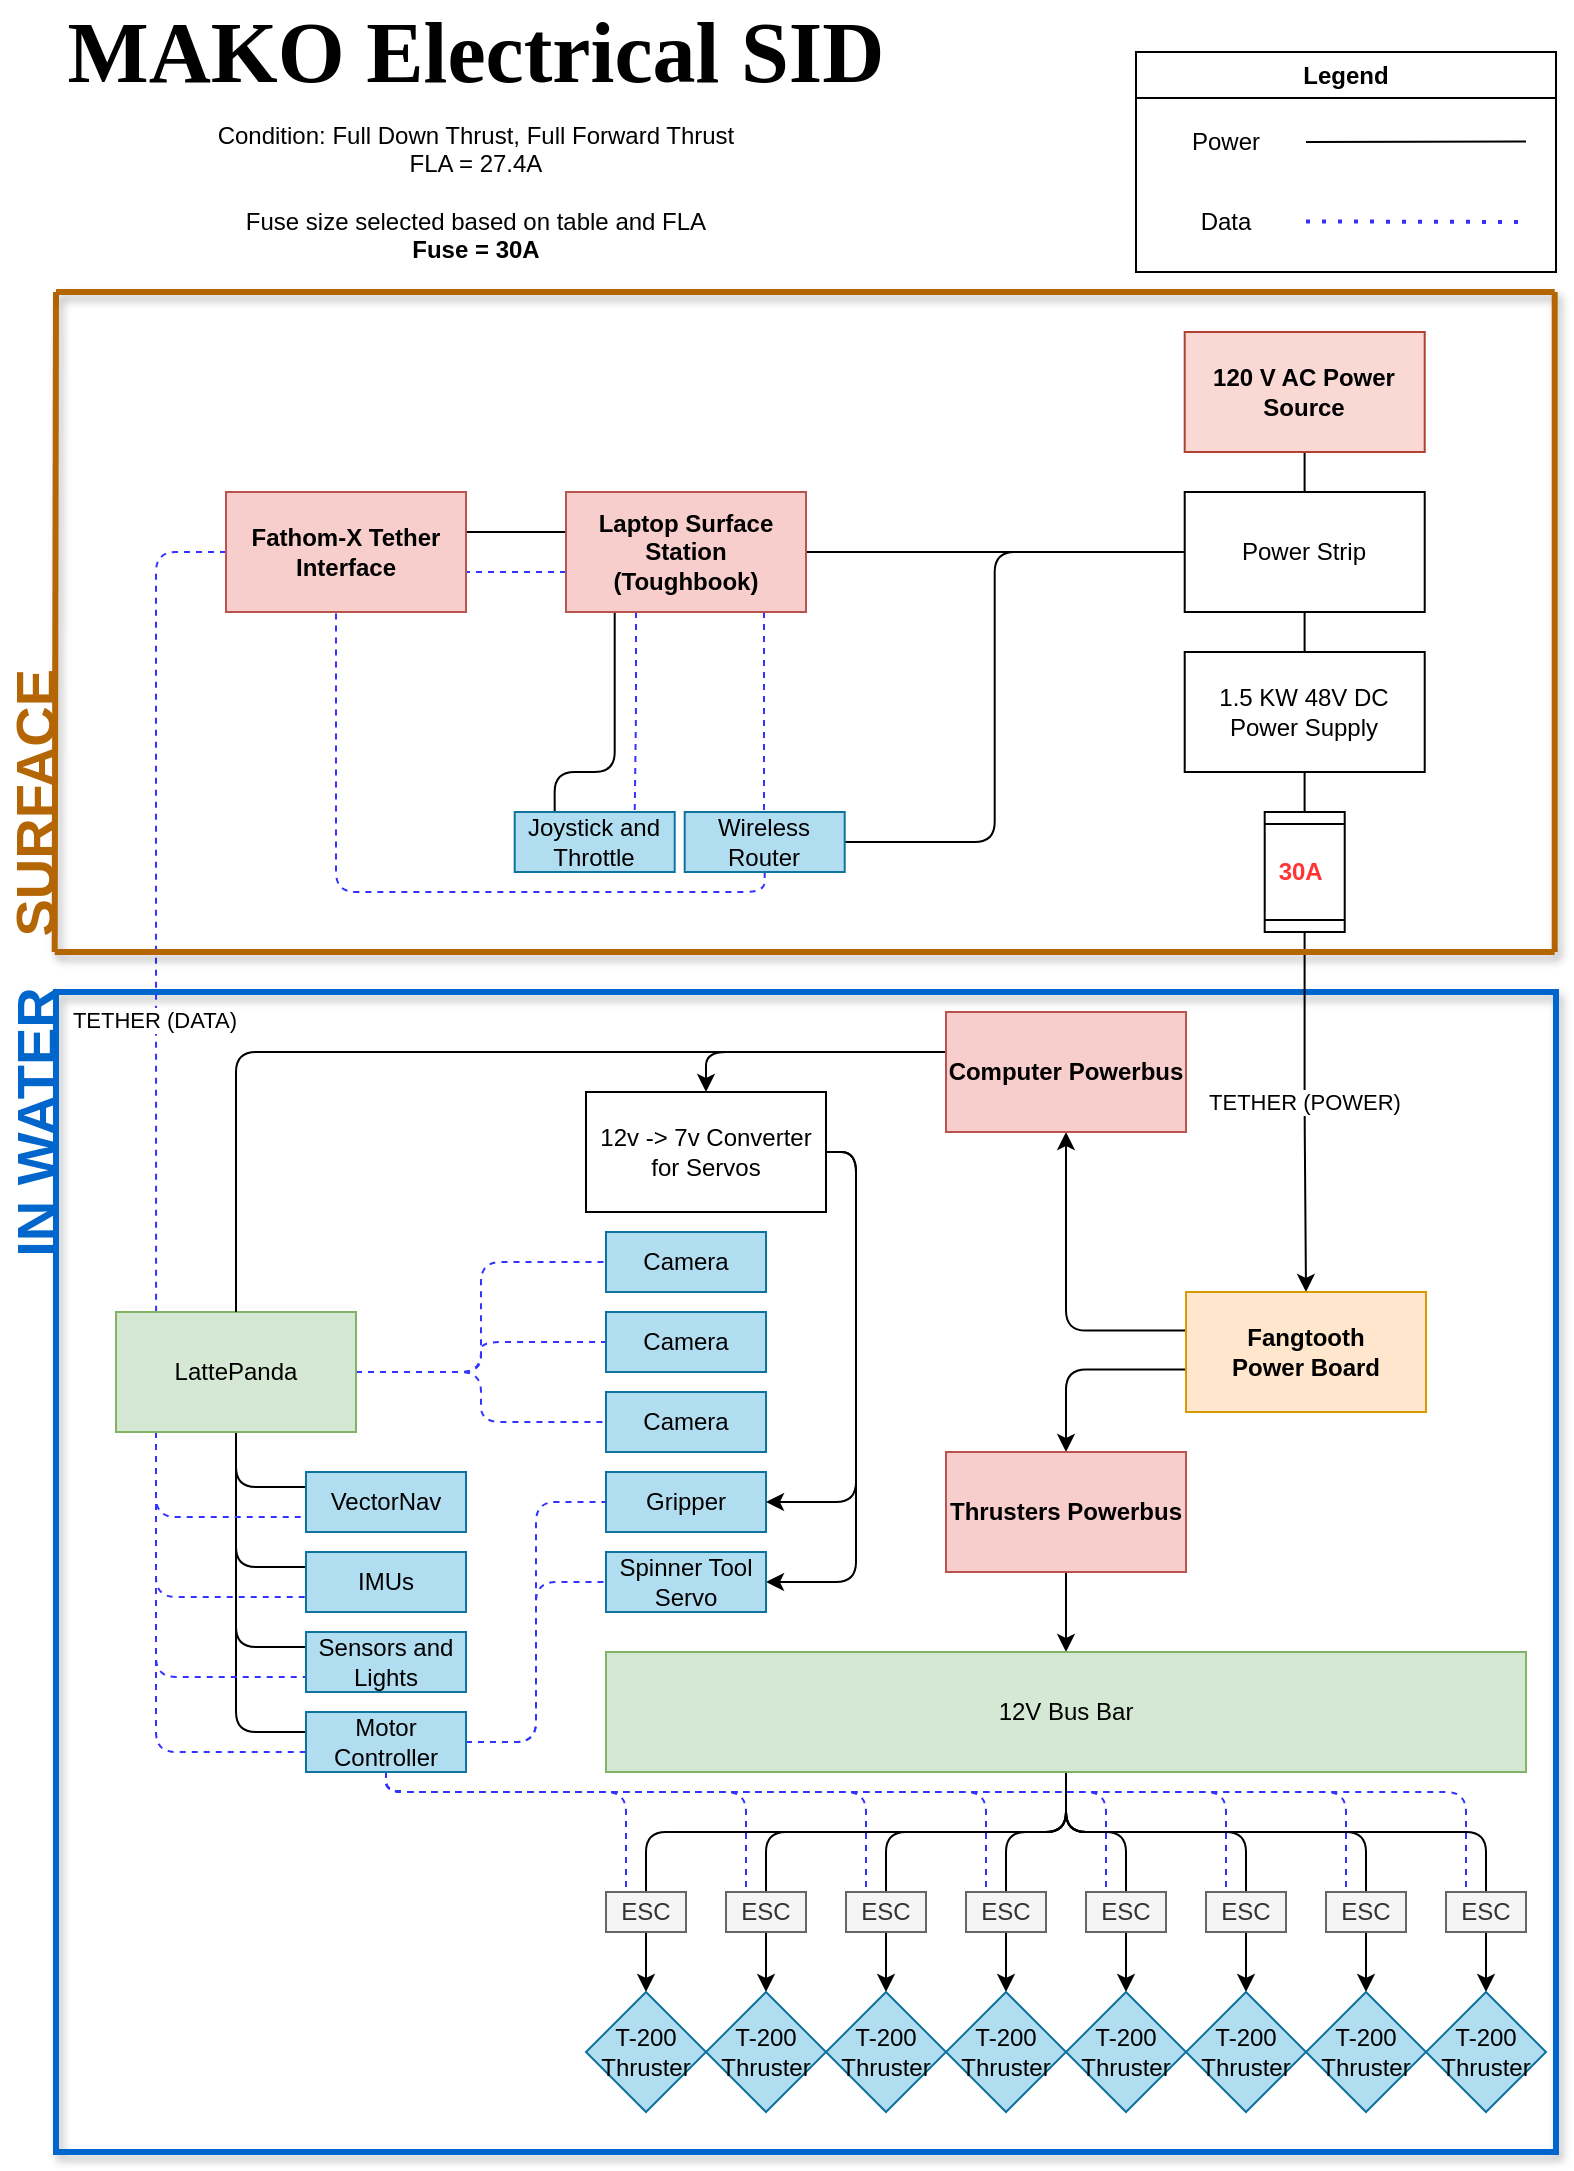
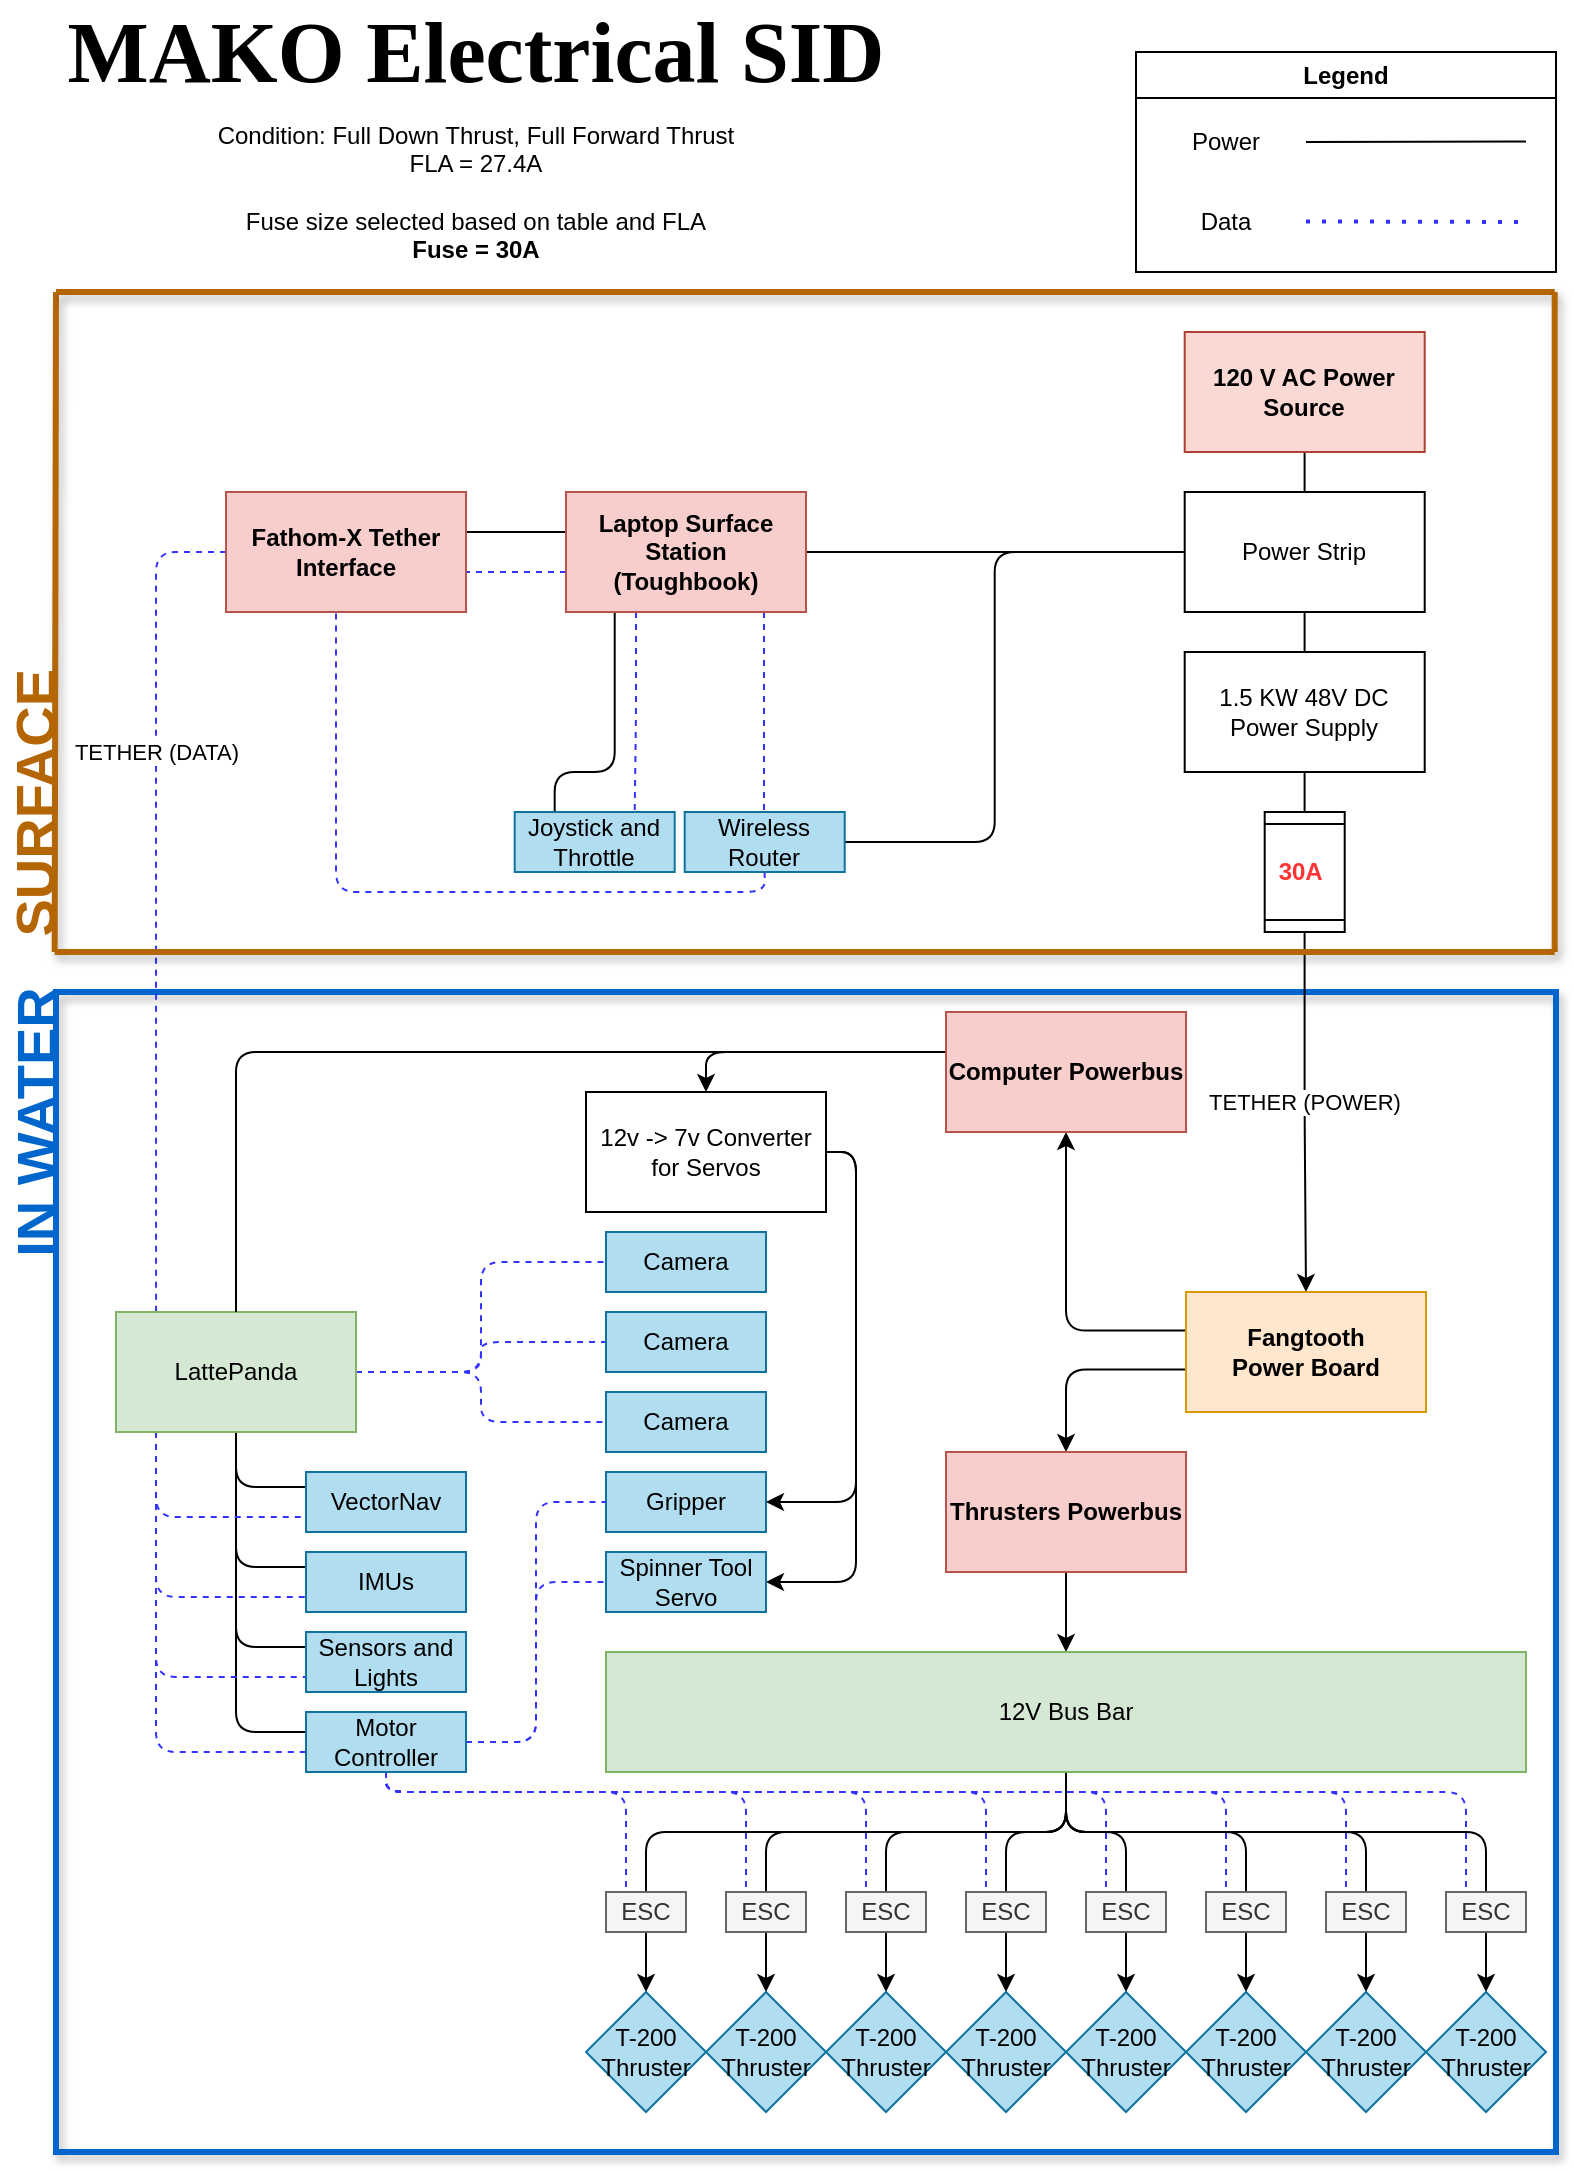
<mxfile host="app.diagrams.net" agent="Mozilla/5.0 (Windows NT 10.0; Win64; x64; rv:139.0) Gecko/20100101 Firefox/139.0">
  <diagram name="Page-1" id="doaNbLGYiiKzRFzNWdXi">
    <mxGraphModel dx="324" dy="681" grid="1" gridSize="10" guides="1" tooltips="1" connect="1" arrows="1" fold="1" page="1" pageScale="1" pageWidth="850" pageHeight="1100" math="0" shadow="0">
      <root>
        <mxCell id="0" />
        <mxCell id="1" parent="0" />
        <mxCell id="0vSBfI8_46AL9H7hPHAw-18" parent="1" style="rounded=0;whiteSpace=wrap;html=1;fillColor=none;strokeWidth=3;strokeColor=#0066CC;glass=0;shadow=1;" value="" vertex="1">
          <mxGeometry height="580" width="750" x="890" y="500" as="geometry" />
        </mxCell>
        <mxCell id="59XTsty1G1Yx93DkZX_j-1" parent="1" style="text;html=1;whiteSpace=wrap;strokeColor=none;fillColor=none;align=center;verticalAlign=middle;rounded=0;fontFamily=Times New Roman;fontStyle=1" value="&lt;font style=&quot;font-size: 43px;&quot;&gt;&lt;span&gt;MAKO Electrical SID&lt;/span&gt;&lt;/font&gt;" vertex="1">
          <mxGeometry height="40" width="420" x="890" y="10" as="geometry" />
        </mxCell>
        <mxCell id="59XTsty1G1Yx93DkZX_j-24" edge="1" parent="1" style="edgeStyle=orthogonalEdgeStyle;rounded=0;orthogonalLoop=1;jettySize=auto;html=1;exitX=0.5;exitY=1;exitDx=0;exitDy=0;">
          <mxGeometry relative="1" as="geometry">
            <mxPoint x="1435" y="910" as="sourcePoint" />
            <mxPoint x="1435" y="910" as="targetPoint" />
          </mxGeometry>
        </mxCell>
        <mxCell id="59XTsty1G1Yx93DkZX_j-45" parent="1" style="swimlane;whiteSpace=wrap;html=1;" value="Legend" vertex="1">
          <mxGeometry height="110" width="210" x="1430" y="30" as="geometry" />
        </mxCell>
        <mxCell id="59XTsty1G1Yx93DkZX_j-46" parent="59XTsty1G1Yx93DkZX_j-45" style="text;html=1;whiteSpace=wrap;strokeColor=none;fillColor=none;align=center;verticalAlign=middle;rounded=0;" value="Power" vertex="1">
          <mxGeometry height="30" width="60" x="15" y="30" as="geometry" />
        </mxCell>
        <mxCell id="59XTsty1G1Yx93DkZX_j-47" parent="59XTsty1G1Yx93DkZX_j-45" style="text;html=1;whiteSpace=wrap;strokeColor=none;fillColor=none;align=center;verticalAlign=middle;rounded=0;" value="Data" vertex="1">
          <mxGeometry height="30" width="60" x="15" y="70" as="geometry" />
        </mxCell>
        <mxCell id="59XTsty1G1Yx93DkZX_j-53" edge="1" parent="59XTsty1G1Yx93DkZX_j-45" style="endArrow=none;dashed=1;html=1;dashPattern=1 3;strokeWidth=2;strokeColor=#3333FF;" value="">
          <mxGeometry height="50" relative="1" width="50" as="geometry">
            <mxPoint x="85" y="84.72" as="sourcePoint" />
            <mxPoint x="195" y="85" as="targetPoint" />
          </mxGeometry>
        </mxCell>
        <mxCell id="59XTsty1G1Yx93DkZX_j-54" edge="1" parent="59XTsty1G1Yx93DkZX_j-45" style="endArrow=none;html=1;strokeColor=#000000;" value="">
          <mxGeometry height="50" relative="1" width="50" as="geometry">
            <mxPoint x="85" y="45.06" as="sourcePoint" />
            <mxPoint x="195" y="44.78" as="targetPoint" />
          </mxGeometry>
        </mxCell>
        <mxCell id="59XTsty1G1Yx93DkZX_j-216" edge="1" parent="1" source="59XTsty1G1Yx93DkZX_j-57" style="edgeStyle=orthogonalEdgeStyle;orthogonalLoop=1;jettySize=auto;html=1;endArrow=none;endFill=0;" target="59XTsty1G1Yx93DkZX_j-208" value="">
          <mxGeometry relative="1" as="geometry" />
        </mxCell>
        <mxCell id="59XTsty1G1Yx93DkZX_j-57" parent="1" style="rounded=0;whiteSpace=wrap;html=1;fillColor=#fad9d5;strokeColor=#ae4132;fontStyle=1" value="120 V AC Power Source" vertex="1">
          <mxGeometry height="60" width="120" x="1454.35" y="170" as="geometry" />
        </mxCell>
        <mxCell id="59XTsty1G1Yx93DkZX_j-71" edge="1" parent="1" source="59XTsty1G1Yx93DkZX_j-66" style="edgeStyle=orthogonalEdgeStyle;orthogonalLoop=1;jettySize=auto;html=1;endArrow=none;endFill=0;" target="59XTsty1G1Yx93DkZX_j-70" value="">
          <mxGeometry relative="1" as="geometry" />
        </mxCell>
        <mxCell id="59XTsty1G1Yx93DkZX_j-66" parent="1" style="rounded=0;whiteSpace=wrap;html=1;" value="&lt;div&gt;1.5 KW 48V DC Power Supply&lt;/div&gt;" vertex="1">
          <mxGeometry height="60" width="120" x="1454.35" y="330" as="geometry" />
        </mxCell>
        <mxCell id="59XTsty1G1Yx93DkZX_j-81" edge="1" parent="1" source="59XTsty1G1Yx93DkZX_j-70" style="edgeStyle=orthogonalEdgeStyle;orthogonalLoop=1;jettySize=auto;html=1;entryX=0.5;entryY=0;entryDx=0;entryDy=0;" target="59XTsty1G1Yx93DkZX_j-101" value="">
          <mxGeometry relative="1" as="geometry">
            <mxPoint x="1515" y="470" as="targetPoint" />
          </mxGeometry>
        </mxCell>
        <mxCell id="59XTsty1G1Yx93DkZX_j-99" connectable="0" parent="59XTsty1G1Yx93DkZX_j-81" style="edgeLabel;html=1;align=center;verticalAlign=middle;resizable=0;points=[];" value="TETHER (POWER)" vertex="1">
          <mxGeometry relative="1" x="-0.062" y="-1" as="geometry">
            <mxPoint as="offset" />
          </mxGeometry>
        </mxCell>
        <mxCell id="59XTsty1G1Yx93DkZX_j-70" parent="1" style="shape=process;whiteSpace=wrap;html=1;backgroundOutline=1;rounded=0;direction=south;" value="&lt;div&gt;&lt;b style=&quot;color: rgb(255, 53, 53);&quot;&gt;30A&amp;nbsp;&lt;/b&gt;&lt;/div&gt;" vertex="1">
          <mxGeometry height="60" width="40" x="1494.35" y="410" as="geometry" />
        </mxCell>
        <mxCell id="59XTsty1G1Yx93DkZX_j-83" parent="1" style="text;html=1;whiteSpace=wrap;strokeColor=none;fillColor=none;align=center;verticalAlign=middle;rounded=0;" value="&lt;div&gt;Condition: Full Down Thrust, Full Forward Thrust&lt;/div&gt;&lt;div&gt;FLA = 27.4A&lt;/div&gt;&lt;div&gt;&lt;br&gt;&lt;/div&gt;&lt;div&gt;Fuse size selected based on table and FLA&lt;/div&gt;&lt;div&gt;&lt;b&gt;Fuse = 30A&lt;/b&gt;&lt;/div&gt;" vertex="1">
          <mxGeometry height="80" width="410" x="894.9999999999999" y="60" as="geometry" />
        </mxCell>
        <mxCell id="59XTsty1G1Yx93DkZX_j-205" edge="1" parent="1" source="59XTsty1G1Yx93DkZX_j-101" style="edgeStyle=orthogonalEdgeStyle;orthogonalLoop=1;jettySize=auto;html=1;entryX=0.5;entryY=1;entryDx=0;entryDy=0;exitX=-0.004;exitY=0.321;exitDx=0;exitDy=0;exitPerimeter=0;" target="59XTsty1G1Yx93DkZX_j-180">
          <mxGeometry relative="1" as="geometry" />
        </mxCell>
        <mxCell id="59XTsty1G1Yx93DkZX_j-206" edge="1" parent="1" source="59XTsty1G1Yx93DkZX_j-101" style="edgeStyle=orthogonalEdgeStyle;orthogonalLoop=1;jettySize=auto;html=1;exitX=0.001;exitY=0.645;exitDx=0;exitDy=0;exitPerimeter=0;" target="59XTsty1G1Yx93DkZX_j-102">
          <mxGeometry relative="1" as="geometry" />
        </mxCell>
        <mxCell id="59XTsty1G1Yx93DkZX_j-101" parent="1" style="rounded=0;whiteSpace=wrap;html=1;fillColor=#ffe6cc;strokeColor=#d79b00;fontStyle=1" value="&lt;div&gt;Fangtooth&lt;/div&gt;&lt;div&gt;Power Board&lt;/div&gt;" vertex="1">
          <mxGeometry height="60" width="120" x="1455" y="650" as="geometry" />
        </mxCell>
        <mxCell id="59XTsty1G1Yx93DkZX_j-113" edge="1" parent="1" source="59XTsty1G1Yx93DkZX_j-102" style="edgeStyle=orthogonalEdgeStyle;orthogonalLoop=1;jettySize=auto;html=1;entryX=0.5;entryY=0;entryDx=0;entryDy=0;" target="59XTsty1G1Yx93DkZX_j-108">
          <mxGeometry relative="1" as="geometry" />
        </mxCell>
        <mxCell id="59XTsty1G1Yx93DkZX_j-102" parent="1" style="rounded=0;whiteSpace=wrap;html=1;fillColor=#f8cecc;strokeColor=#b85450;fontStyle=1" value="Thrusters Powerbus" vertex="1">
          <mxGeometry height="60" width="120" x="1335" y="730" as="geometry" />
        </mxCell>
        <mxCell id="59XTsty1G1Yx93DkZX_j-135" edge="1" parent="1" source="59XTsty1G1Yx93DkZX_j-108" style="edgeStyle=orthogonalEdgeStyle;orthogonalLoop=1;jettySize=auto;html=1;entryX=0.5;entryY=0;entryDx=0;entryDy=0;endArrow=none;endFill=0;" target="59XTsty1G1Yx93DkZX_j-116">
          <mxGeometry relative="1" as="geometry" />
        </mxCell>
        <mxCell id="59XTsty1G1Yx93DkZX_j-137" edge="1" parent="1" source="59XTsty1G1Yx93DkZX_j-108" style="edgeStyle=orthogonalEdgeStyle;orthogonalLoop=1;jettySize=auto;html=1;entryX=0.5;entryY=0;entryDx=0;entryDy=0;endArrow=none;endFill=0;" target="59XTsty1G1Yx93DkZX_j-120">
          <mxGeometry relative="1" as="geometry" />
        </mxCell>
        <mxCell id="59XTsty1G1Yx93DkZX_j-138" edge="1" parent="1" source="59XTsty1G1Yx93DkZX_j-108" style="edgeStyle=orthogonalEdgeStyle;orthogonalLoop=1;jettySize=auto;html=1;entryX=0.5;entryY=0;entryDx=0;entryDy=0;endArrow=none;endFill=0;" target="59XTsty1G1Yx93DkZX_j-117">
          <mxGeometry relative="1" as="geometry" />
        </mxCell>
        <mxCell id="59XTsty1G1Yx93DkZX_j-139" edge="1" parent="1" source="59XTsty1G1Yx93DkZX_j-108" style="edgeStyle=orthogonalEdgeStyle;orthogonalLoop=1;jettySize=auto;html=1;entryX=0.5;entryY=0;entryDx=0;entryDy=0;endArrow=none;endFill=0;" target="59XTsty1G1Yx93DkZX_j-118">
          <mxGeometry relative="1" as="geometry" />
        </mxCell>
        <mxCell id="59XTsty1G1Yx93DkZX_j-140" edge="1" parent="1" source="59XTsty1G1Yx93DkZX_j-108" style="edgeStyle=orthogonalEdgeStyle;orthogonalLoop=1;jettySize=auto;html=1;entryX=0.5;entryY=0;entryDx=0;entryDy=0;endArrow=none;endFill=0;" target="59XTsty1G1Yx93DkZX_j-121">
          <mxGeometry relative="1" as="geometry" />
        </mxCell>
        <mxCell id="59XTsty1G1Yx93DkZX_j-141" edge="1" parent="1" source="59XTsty1G1Yx93DkZX_j-108" style="edgeStyle=orthogonalEdgeStyle;orthogonalLoop=1;jettySize=auto;html=1;entryX=0.5;entryY=0;entryDx=0;entryDy=0;endArrow=none;endFill=0;" target="59XTsty1G1Yx93DkZX_j-122">
          <mxGeometry relative="1" as="geometry" />
        </mxCell>
        <mxCell id="59XTsty1G1Yx93DkZX_j-142" edge="1" parent="1" source="59XTsty1G1Yx93DkZX_j-108" style="edgeStyle=orthogonalEdgeStyle;orthogonalLoop=1;jettySize=auto;html=1;entryX=0.5;entryY=0;entryDx=0;entryDy=0;endArrow=none;endFill=0;" target="59XTsty1G1Yx93DkZX_j-123">
          <mxGeometry relative="1" as="geometry" />
        </mxCell>
        <mxCell id="59XTsty1G1Yx93DkZX_j-143" edge="1" parent="1" source="59XTsty1G1Yx93DkZX_j-108" style="edgeStyle=orthogonalEdgeStyle;orthogonalLoop=1;jettySize=auto;html=1;endArrow=none;endFill=0;" target="59XTsty1G1Yx93DkZX_j-124">
          <mxGeometry relative="1" as="geometry" />
        </mxCell>
        <mxCell id="59XTsty1G1Yx93DkZX_j-108" parent="1" style="rounded=0;whiteSpace=wrap;html=1;fillColor=#d5e8d4;strokeColor=#82b366;fontStyle=0" value="&lt;span&gt;12V Bus Bar&lt;/span&gt;" vertex="1">
          <mxGeometry height="60" width="460" x="1165" y="830" as="geometry" />
        </mxCell>
        <mxCell id="59XTsty1G1Yx93DkZX_j-158" edge="1" parent="1" source="59XTsty1G1Yx93DkZX_j-111" style="edgeStyle=orthogonalEdgeStyle;orthogonalLoop=1;jettySize=auto;html=1;entryX=0;entryY=0.5;entryDx=0;entryDy=0;dashed=1;strokeColor=#3333FF;endArrow=none;endFill=0;" target="59XTsty1G1Yx93DkZX_j-154">
          <mxGeometry relative="1" as="geometry" />
        </mxCell>
        <mxCell id="59XTsty1G1Yx93DkZX_j-159" edge="1" parent="1" source="59XTsty1G1Yx93DkZX_j-111" style="edgeStyle=orthogonalEdgeStyle;orthogonalLoop=1;jettySize=auto;html=1;entryX=0;entryY=0.5;entryDx=0;entryDy=0;dashed=1;strokeColor=#3333FF;endArrow=none;endFill=0;" target="59XTsty1G1Yx93DkZX_j-153">
          <mxGeometry relative="1" as="geometry" />
        </mxCell>
        <mxCell id="59XTsty1G1Yx93DkZX_j-232" edge="1" parent="1" source="59XTsty1G1Yx93DkZX_j-111" style="edgeStyle=orthogonalEdgeStyle;orthogonalLoop=1;jettySize=auto;html=1;entryX=0;entryY=0.25;entryDx=0;entryDy=0;endArrow=none;endFill=0;" target="59XTsty1G1Yx93DkZX_j-164">
          <mxGeometry relative="1" as="geometry">
            <Array as="points">
              <mxPoint x="980" y="748" />
            </Array>
          </mxGeometry>
        </mxCell>
        <mxCell id="59XTsty1G1Yx93DkZX_j-233" edge="1" parent="1" source="59XTsty1G1Yx93DkZX_j-111" style="edgeStyle=orthogonalEdgeStyle;orthogonalLoop=1;jettySize=auto;html=1;entryX=0;entryY=0.25;entryDx=0;entryDy=0;endArrow=none;endFill=0;" target="59XTsty1G1Yx93DkZX_j-163">
          <mxGeometry relative="1" as="geometry">
            <Array as="points">
              <mxPoint x="980" y="788" />
            </Array>
          </mxGeometry>
        </mxCell>
        <mxCell id="59XTsty1G1Yx93DkZX_j-234" edge="1" parent="1" source="59XTsty1G1Yx93DkZX_j-111" style="edgeStyle=orthogonalEdgeStyle;orthogonalLoop=1;jettySize=auto;html=1;entryX=0;entryY=0.25;entryDx=0;entryDy=0;endArrow=none;endFill=0;" target="59XTsty1G1Yx93DkZX_j-165">
          <mxGeometry relative="1" as="geometry">
            <Array as="points">
              <mxPoint x="980" y="828" />
            </Array>
          </mxGeometry>
        </mxCell>
        <mxCell id="59XTsty1G1Yx93DkZX_j-235" edge="1" parent="1" source="59XTsty1G1Yx93DkZX_j-111" style="edgeStyle=orthogonalEdgeStyle;orthogonalLoop=1;jettySize=auto;html=1;entryX=0.003;entryY=0.353;entryDx=0;entryDy=0;entryPerimeter=0;endArrow=none;endFill=0;" target="59XTsty1G1Yx93DkZX_j-231">
          <mxGeometry relative="1" as="geometry">
            <Array as="points">
              <mxPoint x="980" y="870" />
              <mxPoint x="1015" y="870" />
            </Array>
          </mxGeometry>
        </mxCell>
        <mxCell id="59XTsty1G1Yx93DkZX_j-236" edge="1" parent="1" source="59XTsty1G1Yx93DkZX_j-111" style="edgeStyle=orthogonalEdgeStyle;orthogonalLoop=1;jettySize=auto;html=1;entryX=-0.002;entryY=0.647;entryDx=0;entryDy=0;dashed=1;strokeColor=#3333FF;entryPerimeter=0;endArrow=none;endFill=0;" target="59XTsty1G1Yx93DkZX_j-231">
          <mxGeometry relative="1" as="geometry">
            <Array as="points">
              <mxPoint x="940" y="880" />
              <mxPoint x="1015" y="880" />
            </Array>
          </mxGeometry>
        </mxCell>
        <mxCell id="59XTsty1G1Yx93DkZX_j-237" edge="1" parent="1" source="59XTsty1G1Yx93DkZX_j-111" style="edgeStyle=orthogonalEdgeStyle;orthogonalLoop=1;jettySize=auto;html=1;entryX=0;entryY=0.75;entryDx=0;entryDy=0;dashed=1;strokeColor=#3333FF;endArrow=none;endFill=0;" target="59XTsty1G1Yx93DkZX_j-165">
          <mxGeometry relative="1" as="geometry">
            <Array as="points">
              <mxPoint x="940" y="843" />
            </Array>
          </mxGeometry>
        </mxCell>
        <mxCell id="59XTsty1G1Yx93DkZX_j-238" edge="1" parent="1" source="59XTsty1G1Yx93DkZX_j-111" style="edgeStyle=orthogonalEdgeStyle;orthogonalLoop=1;jettySize=auto;html=1;entryX=0;entryY=0.75;entryDx=0;entryDy=0;dashed=1;strokeColor=#3333FF;endArrow=none;endFill=0;" target="59XTsty1G1Yx93DkZX_j-163">
          <mxGeometry relative="1" as="geometry">
            <Array as="points">
              <mxPoint x="940" y="803" />
            </Array>
          </mxGeometry>
        </mxCell>
        <mxCell id="59XTsty1G1Yx93DkZX_j-239" edge="1" parent="1" source="59XTsty1G1Yx93DkZX_j-111" style="edgeStyle=orthogonalEdgeStyle;orthogonalLoop=1;jettySize=auto;html=1;entryX=0;entryY=0.75;entryDx=0;entryDy=0;dashed=1;strokeColor=#3333FF;endArrow=none;endFill=0;" target="59XTsty1G1Yx93DkZX_j-164">
          <mxGeometry relative="1" as="geometry">
            <Array as="points">
              <mxPoint x="940" y="763" />
            </Array>
          </mxGeometry>
        </mxCell>
        <mxCell id="0vSBfI8_46AL9H7hPHAw-38" edge="1" parent="1" source="59XTsty1G1Yx93DkZX_j-111" style="edgeStyle=orthogonalEdgeStyle;rounded=1;orthogonalLoop=1;jettySize=auto;html=1;entryX=0;entryY=0.5;entryDx=0;entryDy=0;curved=0;endArrow=none;endFill=0;dashed=1;strokeColor=#3333FF;" target="0vSBfI8_46AL9H7hPHAw-37">
          <mxGeometry relative="1" as="geometry" />
        </mxCell>
        <mxCell id="59XTsty1G1Yx93DkZX_j-111" parent="1" style="rounded=0;whiteSpace=wrap;html=1;fillColor=#d5e8d4;strokeColor=#82b366;" value="LattePanda" vertex="1">
          <mxGeometry height="60" width="120" x="920" y="660" as="geometry" />
        </mxCell>
        <mxCell id="59XTsty1G1Yx93DkZX_j-145" edge="1" parent="1" source="59XTsty1G1Yx93DkZX_j-116" style="edgeStyle=orthogonalEdgeStyle;orthogonalLoop=1;jettySize=auto;html=1;entryX=0.5;entryY=0;entryDx=0;entryDy=0;" target="59XTsty1G1Yx93DkZX_j-126">
          <mxGeometry relative="1" as="geometry" />
        </mxCell>
        <mxCell id="59XTsty1G1Yx93DkZX_j-116" parent="1" style="rounded=0;whiteSpace=wrap;html=1;fillColor=#f5f5f5;fontColor=#333333;strokeColor=#666666;" value="ESC" vertex="1">
          <mxGeometry height="20" width="40" x="1165" y="950" as="geometry" />
        </mxCell>
        <mxCell id="59XTsty1G1Yx93DkZX_j-147" edge="1" parent="1" source="59XTsty1G1Yx93DkZX_j-117" style="edgeStyle=orthogonalEdgeStyle;orthogonalLoop=1;jettySize=auto;html=1;entryX=0.5;entryY=0;entryDx=0;entryDy=0;" target="59XTsty1G1Yx93DkZX_j-128">
          <mxGeometry relative="1" as="geometry" />
        </mxCell>
        <mxCell id="59XTsty1G1Yx93DkZX_j-117" parent="1" style="rounded=0;whiteSpace=wrap;html=1;fillColor=#f5f5f5;fontColor=#333333;strokeColor=#666666;" value="ESC" vertex="1">
          <mxGeometry height="20" width="40" x="1285" y="950" as="geometry" />
        </mxCell>
        <mxCell id="59XTsty1G1Yx93DkZX_j-148" edge="1" parent="1" source="59XTsty1G1Yx93DkZX_j-118" style="edgeStyle=orthogonalEdgeStyle;orthogonalLoop=1;jettySize=auto;html=1;entryX=0.5;entryY=0;entryDx=0;entryDy=0;" target="59XTsty1G1Yx93DkZX_j-129">
          <mxGeometry relative="1" as="geometry" />
        </mxCell>
        <mxCell id="59XTsty1G1Yx93DkZX_j-118" parent="1" style="rounded=0;whiteSpace=wrap;html=1;fillColor=#f5f5f5;fontColor=#333333;strokeColor=#666666;" value="ESC" vertex="1">
          <mxGeometry height="20" width="40" x="1345" y="950" as="geometry" />
        </mxCell>
        <mxCell id="59XTsty1G1Yx93DkZX_j-146" edge="1" parent="1" source="59XTsty1G1Yx93DkZX_j-120" style="edgeStyle=orthogonalEdgeStyle;orthogonalLoop=1;jettySize=auto;html=1;entryX=0.5;entryY=0;entryDx=0;entryDy=0;" target="59XTsty1G1Yx93DkZX_j-127">
          <mxGeometry relative="1" as="geometry" />
        </mxCell>
        <mxCell id="59XTsty1G1Yx93DkZX_j-120" parent="1" style="rounded=0;whiteSpace=wrap;html=1;fillColor=#f5f5f5;fontColor=#333333;strokeColor=#666666;" value="ESC" vertex="1">
          <mxGeometry height="20" width="40" x="1225" y="950" as="geometry" />
        </mxCell>
        <mxCell id="59XTsty1G1Yx93DkZX_j-149" edge="1" parent="1" source="59XTsty1G1Yx93DkZX_j-121" style="edgeStyle=orthogonalEdgeStyle;orthogonalLoop=1;jettySize=auto;html=1;entryX=0.5;entryY=0;entryDx=0;entryDy=0;" target="59XTsty1G1Yx93DkZX_j-130">
          <mxGeometry relative="1" as="geometry" />
        </mxCell>
        <mxCell id="59XTsty1G1Yx93DkZX_j-121" parent="1" style="rounded=0;whiteSpace=wrap;html=1;fillColor=#f5f5f5;fontColor=#333333;strokeColor=#666666;" value="ESC" vertex="1">
          <mxGeometry height="20" width="40" x="1405" y="950" as="geometry" />
        </mxCell>
        <mxCell id="59XTsty1G1Yx93DkZX_j-150" edge="1" parent="1" source="59XTsty1G1Yx93DkZX_j-122" style="edgeStyle=orthogonalEdgeStyle;orthogonalLoop=1;jettySize=auto;html=1;entryX=0.5;entryY=0;entryDx=0;entryDy=0;" target="59XTsty1G1Yx93DkZX_j-131">
          <mxGeometry relative="1" as="geometry" />
        </mxCell>
        <mxCell id="59XTsty1G1Yx93DkZX_j-122" parent="1" style="rounded=0;whiteSpace=wrap;html=1;fillColor=#f5f5f5;fontColor=#333333;strokeColor=#666666;" value="ESC" vertex="1">
          <mxGeometry height="20" width="40" x="1465" y="950" as="geometry" />
        </mxCell>
        <mxCell id="59XTsty1G1Yx93DkZX_j-151" edge="1" parent="1" source="59XTsty1G1Yx93DkZX_j-123" style="edgeStyle=orthogonalEdgeStyle;orthogonalLoop=1;jettySize=auto;html=1;entryX=0.5;entryY=0;entryDx=0;entryDy=0;" target="59XTsty1G1Yx93DkZX_j-132">
          <mxGeometry relative="1" as="geometry" />
        </mxCell>
        <mxCell id="59XTsty1G1Yx93DkZX_j-123" parent="1" style="rounded=0;whiteSpace=wrap;html=1;fillColor=#f5f5f5;fontColor=#333333;strokeColor=#666666;" value="ESC" vertex="1">
          <mxGeometry height="20" width="40" x="1525" y="950" as="geometry" />
        </mxCell>
        <mxCell id="59XTsty1G1Yx93DkZX_j-152" edge="1" parent="1" source="59XTsty1G1Yx93DkZX_j-124" style="edgeStyle=orthogonalEdgeStyle;orthogonalLoop=1;jettySize=auto;html=1;entryX=0.5;entryY=0;entryDx=0;entryDy=0;" target="59XTsty1G1Yx93DkZX_j-133">
          <mxGeometry relative="1" as="geometry" />
        </mxCell>
        <mxCell id="59XTsty1G1Yx93DkZX_j-124" parent="1" style="rounded=0;whiteSpace=wrap;html=1;fillColor=#f5f5f5;fontColor=#333333;strokeColor=#666666;" value="ESC" vertex="1">
          <mxGeometry height="20" width="40" x="1585" y="950" as="geometry" />
        </mxCell>
        <mxCell id="59XTsty1G1Yx93DkZX_j-126" parent="1" style="rhombus;whiteSpace=wrap;html=1;fillColor=#b1ddf0;strokeColor=#10739e;" value="T-200 Thruster" vertex="1">
          <mxGeometry height="60" width="60" x="1155" y="1000" as="geometry" />
        </mxCell>
        <mxCell id="59XTsty1G1Yx93DkZX_j-127" parent="1" style="rhombus;whiteSpace=wrap;html=1;fillColor=#b1ddf0;strokeColor=#10739e;" value="T-200 Thruster" vertex="1">
          <mxGeometry height="60" width="60" x="1215" y="1000" as="geometry" />
        </mxCell>
        <mxCell id="59XTsty1G1Yx93DkZX_j-128" parent="1" style="rhombus;whiteSpace=wrap;html=1;fillColor=#b1ddf0;strokeColor=#10739e;" value="T-200 Thruster" vertex="1">
          <mxGeometry height="60" width="60" x="1275" y="1000" as="geometry" />
        </mxCell>
        <mxCell id="59XTsty1G1Yx93DkZX_j-129" parent="1" style="rhombus;whiteSpace=wrap;html=1;fillColor=#b1ddf0;strokeColor=#10739e;" value="T-200 Thruster" vertex="1">
          <mxGeometry height="60" width="60" x="1335" y="1000" as="geometry" />
        </mxCell>
        <mxCell id="59XTsty1G1Yx93DkZX_j-130" parent="1" style="rhombus;whiteSpace=wrap;html=1;fillColor=#b1ddf0;strokeColor=#10739e;" value="T-200 Thruster" vertex="1">
          <mxGeometry height="60" width="60" x="1395" y="1000" as="geometry" />
        </mxCell>
        <mxCell id="59XTsty1G1Yx93DkZX_j-131" parent="1" style="rhombus;whiteSpace=wrap;html=1;fillColor=#b1ddf0;strokeColor=#10739e;" value="T-200 Thruster" vertex="1">
          <mxGeometry height="60" width="60" x="1455" y="1000" as="geometry" />
        </mxCell>
        <mxCell id="59XTsty1G1Yx93DkZX_j-132" parent="1" style="rhombus;whiteSpace=wrap;html=1;fillColor=#b1ddf0;strokeColor=#10739e;" value="T-200 Thruster" vertex="1">
          <mxGeometry height="60" width="60" x="1515" y="1000" as="geometry" />
        </mxCell>
        <mxCell id="59XTsty1G1Yx93DkZX_j-133" parent="1" style="rhombus;whiteSpace=wrap;html=1;fillColor=#b1ddf0;strokeColor=#10739e;" value="T-200 Thruster" vertex="1">
          <mxGeometry height="60" width="60" x="1575" y="1000" as="geometry" />
        </mxCell>
        <mxCell id="59XTsty1G1Yx93DkZX_j-153" parent="1" style="rounded=0;whiteSpace=wrap;html=1;fillColor=#b1ddf0;strokeColor=#10739e;" value="Camera" vertex="1">
          <mxGeometry height="30" width="80" x="1165" y="660" as="geometry" />
        </mxCell>
        <mxCell id="59XTsty1G1Yx93DkZX_j-154" parent="1" style="rounded=0;whiteSpace=wrap;html=1;fillColor=#b1ddf0;strokeColor=#10739e;" value="Camera" vertex="1">
          <mxGeometry height="30" width="80" x="1165" y="700" as="geometry" />
        </mxCell>
        <mxCell id="59XTsty1G1Yx93DkZX_j-155" parent="1" style="rounded=0;whiteSpace=wrap;html=1;fillColor=#b1ddf0;strokeColor=#10739e;" value="Gripper" vertex="1">
          <mxGeometry height="30" width="80" x="1165" y="740" as="geometry" />
        </mxCell>
        <mxCell id="59XTsty1G1Yx93DkZX_j-163" parent="1" style="rounded=0;whiteSpace=wrap;html=1;fillColor=#b1ddf0;strokeColor=#10739e;" value="IMUs" vertex="1">
          <mxGeometry height="30" width="80" x="1015" y="780" as="geometry" />
        </mxCell>
        <mxCell id="59XTsty1G1Yx93DkZX_j-164" parent="1" style="rounded=0;whiteSpace=wrap;html=1;fillColor=#b1ddf0;strokeColor=#10739e;" value="VectorNav" vertex="1">
          <mxGeometry height="30" width="80" x="1015" y="740" as="geometry" />
        </mxCell>
        <mxCell id="59XTsty1G1Yx93DkZX_j-165" parent="1" style="rounded=0;whiteSpace=wrap;html=1;fillColor=#b1ddf0;strokeColor=#10739e;" value="Sensors and Lights" vertex="1">
          <mxGeometry height="30" width="80" x="1015" y="820" as="geometry" />
        </mxCell>
        <mxCell id="59XTsty1G1Yx93DkZX_j-185" edge="1" parent="1" source="59XTsty1G1Yx93DkZX_j-179" style="edgeStyle=orthogonalEdgeStyle;orthogonalLoop=1;jettySize=auto;html=1;entryX=1;entryY=0.5;entryDx=0;entryDy=0;" target="59XTsty1G1Yx93DkZX_j-155">
          <mxGeometry relative="1" as="geometry">
            <Array as="points">
              <mxPoint x="1290" y="580" />
              <mxPoint x="1290" y="755" />
            </Array>
          </mxGeometry>
        </mxCell>
        <mxCell id="0vSBfI8_46AL9H7hPHAw-5" edge="1" parent="1" source="59XTsty1G1Yx93DkZX_j-179" style="edgeStyle=orthogonalEdgeStyle;rounded=1;orthogonalLoop=1;jettySize=auto;html=1;entryX=1;entryY=0.5;entryDx=0;entryDy=0;curved=0;" target="0vSBfI8_46AL9H7hPHAw-3">
          <mxGeometry relative="1" as="geometry">
            <Array as="points">
              <mxPoint x="1290" y="580" />
              <mxPoint x="1290" y="795" />
            </Array>
          </mxGeometry>
        </mxCell>
        <mxCell id="59XTsty1G1Yx93DkZX_j-179" parent="1" style="rounded=0;whiteSpace=wrap;html=1;" value="12v -&amp;gt; 7v Converter for Servos" vertex="1">
          <mxGeometry height="60" width="120" x="1155" y="550" as="geometry" />
        </mxCell>
        <mxCell id="59XTsty1G1Yx93DkZX_j-183" edge="1" parent="1" source="59XTsty1G1Yx93DkZX_j-180" style="edgeStyle=orthogonalEdgeStyle;orthogonalLoop=1;jettySize=auto;html=1;endArrow=none;endFill=0;" target="59XTsty1G1Yx93DkZX_j-111">
          <mxGeometry relative="1" as="geometry">
            <Array as="points">
              <mxPoint x="980" y="530" />
            </Array>
          </mxGeometry>
        </mxCell>
        <mxCell id="59XTsty1G1Yx93DkZX_j-184" edge="1" parent="1" source="59XTsty1G1Yx93DkZX_j-180" style="edgeStyle=orthogonalEdgeStyle;orthogonalLoop=1;jettySize=auto;html=1;entryX=0.5;entryY=0;entryDx=0;entryDy=0;" target="59XTsty1G1Yx93DkZX_j-179">
          <mxGeometry relative="1" as="geometry">
            <Array as="points">
              <mxPoint x="1215" y="530" />
            </Array>
          </mxGeometry>
        </mxCell>
        <mxCell id="59XTsty1G1Yx93DkZX_j-180" parent="1" style="rounded=0;whiteSpace=wrap;html=1;fillColor=#f8cecc;strokeColor=#b85450;fontStyle=1" value="Computer Powerbus" vertex="1">
          <mxGeometry height="60" width="120" x="1335" y="510" as="geometry" />
        </mxCell>
        <mxCell id="59XTsty1G1Yx93DkZX_j-218" edge="1" parent="1" source="59XTsty1G1Yx93DkZX_j-208" style="edgeStyle=orthogonalEdgeStyle;orthogonalLoop=1;jettySize=auto;html=1;endArrow=none;endFill=0;" target="59XTsty1G1Yx93DkZX_j-66">
          <mxGeometry relative="1" as="geometry" />
        </mxCell>
        <mxCell id="59XTsty1G1Yx93DkZX_j-219" edge="1" parent="1" source="59XTsty1G1Yx93DkZX_j-208" style="edgeStyle=orthogonalEdgeStyle;orthogonalLoop=1;jettySize=auto;html=1;entryX=1;entryY=0.5;entryDx=0;entryDy=0;endArrow=none;endFill=0;" target="59XTsty1G1Yx93DkZX_j-214">
          <mxGeometry relative="1" as="geometry" />
        </mxCell>
        <mxCell id="59XTsty1G1Yx93DkZX_j-224" edge="1" parent="1" source="59XTsty1G1Yx93DkZX_j-208" style="edgeStyle=orthogonalEdgeStyle;orthogonalLoop=1;jettySize=auto;html=1;entryX=1;entryY=0.5;entryDx=0;entryDy=0;endArrow=none;endFill=0;" target="59XTsty1G1Yx93DkZX_j-221">
          <mxGeometry relative="1" as="geometry">
            <Array as="points">
              <mxPoint x="1359.35" y="280" />
              <mxPoint x="1359.35" y="425" />
            </Array>
          </mxGeometry>
        </mxCell>
        <mxCell id="59XTsty1G1Yx93DkZX_j-208" parent="1" style="rounded=0;whiteSpace=wrap;html=1;" value="Power Strip" vertex="1">
          <mxGeometry height="60" width="120" x="1454.35" y="250" as="geometry" />
        </mxCell>
        <mxCell id="59XTsty1G1Yx93DkZX_j-226" edge="1" parent="1" source="59XTsty1G1Yx93DkZX_j-214" style="edgeStyle=orthogonalEdgeStyle;orthogonalLoop=1;jettySize=auto;html=1;dashed=1;strokeColor=#3333FF;entryX=0.75;entryY=0;entryDx=0;entryDy=0;endArrow=none;endFill=0;" target="59XTsty1G1Yx93DkZX_j-222" value="">
          <mxGeometry relative="1" as="geometry">
            <Array as="points">
              <mxPoint x="1180" y="360" />
              <mxPoint x="1179" y="360" />
            </Array>
          </mxGeometry>
        </mxCell>
        <mxCell id="59XTsty1G1Yx93DkZX_j-227" edge="1" parent="1" source="59XTsty1G1Yx93DkZX_j-214" style="edgeStyle=orthogonalEdgeStyle;orthogonalLoop=1;jettySize=auto;html=1;dashed=1;strokeColor=#3333FF;endArrow=none;endFill=0;" target="59XTsty1G1Yx93DkZX_j-221">
          <mxGeometry relative="1" as="geometry">
            <Array as="points">
              <mxPoint x="1244" y="350" />
              <mxPoint x="1244" y="350" />
            </Array>
          </mxGeometry>
        </mxCell>
        <mxCell id="0vSBfI8_46AL9H7hPHAw-9" edge="1" parent="1" source="59XTsty1G1Yx93DkZX_j-214" style="edgeStyle=orthogonalEdgeStyle;rounded=0;orthogonalLoop=1;jettySize=auto;html=1;endArrow=none;endFill=0;" target="0vSBfI8_46AL9H7hPHAw-7" value="">
          <mxGeometry relative="1" as="geometry">
            <Array as="points">
              <mxPoint x="1120" y="270" />
              <mxPoint x="1120" y="270" />
            </Array>
          </mxGeometry>
        </mxCell>
        <mxCell id="0vSBfI8_46AL9H7hPHAw-13" edge="1" parent="1" source="59XTsty1G1Yx93DkZX_j-214" style="edgeStyle=orthogonalEdgeStyle;rounded=1;orthogonalLoop=1;jettySize=auto;html=1;entryX=0.25;entryY=0;entryDx=0;entryDy=0;curved=0;endArrow=none;endFill=0;" target="59XTsty1G1Yx93DkZX_j-222">
          <mxGeometry relative="1" as="geometry">
            <Array as="points">
              <mxPoint x="1169.35" y="390" />
              <mxPoint x="1139.35" y="390" />
            </Array>
          </mxGeometry>
        </mxCell>
        <mxCell id="0vSBfI8_46AL9H7hPHAw-36" edge="1" parent="1" source="59XTsty1G1Yx93DkZX_j-214" style="edgeStyle=orthogonalEdgeStyle;rounded=0;orthogonalLoop=1;jettySize=auto;html=1;dashed=1;strokeColor=#3333FF;endArrow=none;endFill=0;" target="0vSBfI8_46AL9H7hPHAw-7" value="">
          <mxGeometry relative="1" as="geometry">
            <Array as="points">
              <mxPoint x="1120" y="290" />
              <mxPoint x="1120" y="290" />
            </Array>
          </mxGeometry>
        </mxCell>
        <mxCell id="59XTsty1G1Yx93DkZX_j-214" parent="1" style="rounded=0;whiteSpace=wrap;html=1;fillColor=#f8cecc;strokeColor=#b85450;fontStyle=1" value="&lt;div&gt;Laptop Surface Station&lt;/div&gt;&lt;div&gt;(Toughbook)&lt;/div&gt;" vertex="1">
          <mxGeometry height="60" width="120" x="1145" y="250" as="geometry" />
        </mxCell>
        <mxCell id="0vSBfI8_46AL9H7hPHAw-10" edge="1" parent="1" source="59XTsty1G1Yx93DkZX_j-221" style="edgeStyle=orthogonalEdgeStyle;rounded=1;orthogonalLoop=1;jettySize=auto;html=1;strokeColor=#3333FF;curved=0;dashed=1;exitX=0.5;exitY=1;exitDx=0;exitDy=0;endArrow=none;endFill=0;" target="0vSBfI8_46AL9H7hPHAw-7">
          <mxGeometry relative="1" as="geometry">
            <Array as="points">
              <mxPoint x="1244" y="450" />
              <mxPoint x="1030" y="450" />
            </Array>
          </mxGeometry>
        </mxCell>
        <mxCell id="59XTsty1G1Yx93DkZX_j-221" parent="1" style="rounded=0;whiteSpace=wrap;html=1;fillColor=#b1ddf0;strokeColor=#10739e;" value="Wireless Router" vertex="1">
          <mxGeometry height="30" width="80" x="1204.35" y="410" as="geometry" />
        </mxCell>
        <mxCell id="59XTsty1G1Yx93DkZX_j-222" parent="1" style="rounded=0;whiteSpace=wrap;html=1;fillColor=#b1ddf0;strokeColor=#10739e;" value="Joystick and Throttle" vertex="1">
          <mxGeometry height="30" width="80" x="1119.35" y="410" as="geometry" />
        </mxCell>
        <mxCell id="59XTsty1G1Yx93DkZX_j-242" edge="1" parent="1" source="59XTsty1G1Yx93DkZX_j-231" style="edgeStyle=orthogonalEdgeStyle;orthogonalLoop=1;jettySize=auto;html=1;entryX=0.25;entryY=0;entryDx=0;entryDy=0;dashed=1;strokeColor=#3333FF;endArrow=none;endFill=0;" target="59XTsty1G1Yx93DkZX_j-123">
          <mxGeometry relative="1" as="geometry">
            <Array as="points">
              <mxPoint x="1055" y="900" />
              <mxPoint x="1535" y="900" />
            </Array>
          </mxGeometry>
        </mxCell>
        <mxCell id="59XTsty1G1Yx93DkZX_j-243" edge="1" parent="1" source="59XTsty1G1Yx93DkZX_j-231" style="edgeStyle=orthogonalEdgeStyle;orthogonalLoop=1;jettySize=auto;html=1;entryX=0.25;entryY=0;entryDx=0;entryDy=0;dashed=1;strokeColor=#3333FF;endArrow=none;endFill=0;" target="59XTsty1G1Yx93DkZX_j-124">
          <mxGeometry relative="1" as="geometry">
            <Array as="points">
              <mxPoint x="1055" y="900" />
              <mxPoint x="1595" y="900" />
            </Array>
          </mxGeometry>
        </mxCell>
        <mxCell id="59XTsty1G1Yx93DkZX_j-244" edge="1" parent="1" source="59XTsty1G1Yx93DkZX_j-231" style="edgeStyle=orthogonalEdgeStyle;orthogonalLoop=1;jettySize=auto;html=1;entryX=0.25;entryY=0;entryDx=0;entryDy=0;dashed=1;strokeColor=#3333FF;endArrow=none;endFill=0;" target="59XTsty1G1Yx93DkZX_j-122">
          <mxGeometry relative="1" as="geometry">
            <Array as="points">
              <mxPoint x="1055" y="900" />
              <mxPoint x="1475" y="900" />
            </Array>
          </mxGeometry>
        </mxCell>
        <mxCell id="59XTsty1G1Yx93DkZX_j-245" edge="1" parent="1" source="59XTsty1G1Yx93DkZX_j-231" style="edgeStyle=orthogonalEdgeStyle;orthogonalLoop=1;jettySize=auto;html=1;entryX=0.25;entryY=0;entryDx=0;entryDy=0;dashed=1;strokeColor=#3333FF;endArrow=none;endFill=0;" target="59XTsty1G1Yx93DkZX_j-121">
          <mxGeometry relative="1" as="geometry">
            <Array as="points">
              <mxPoint x="1055" y="900" />
              <mxPoint x="1415" y="900" />
            </Array>
          </mxGeometry>
        </mxCell>
        <mxCell id="59XTsty1G1Yx93DkZX_j-246" edge="1" parent="1" source="59XTsty1G1Yx93DkZX_j-231" style="edgeStyle=orthogonalEdgeStyle;orthogonalLoop=1;jettySize=auto;html=1;entryX=0.25;entryY=0;entryDx=0;entryDy=0;dashed=1;strokeColor=#3333FF;endArrow=none;endFill=0;" target="59XTsty1G1Yx93DkZX_j-118">
          <mxGeometry relative="1" as="geometry">
            <Array as="points">
              <mxPoint x="1055" y="900" />
              <mxPoint x="1355" y="900" />
            </Array>
          </mxGeometry>
        </mxCell>
        <mxCell id="59XTsty1G1Yx93DkZX_j-247" edge="1" parent="1" source="59XTsty1G1Yx93DkZX_j-231" style="edgeStyle=orthogonalEdgeStyle;orthogonalLoop=1;jettySize=auto;html=1;entryX=0.25;entryY=0;entryDx=0;entryDy=0;dashed=1;strokeColor=#3333FF;endArrow=none;endFill=0;" target="59XTsty1G1Yx93DkZX_j-117">
          <mxGeometry relative="1" as="geometry">
            <Array as="points">
              <mxPoint x="1055" y="900" />
              <mxPoint x="1295" y="900" />
            </Array>
          </mxGeometry>
        </mxCell>
        <mxCell id="59XTsty1G1Yx93DkZX_j-248" edge="1" parent="1" source="59XTsty1G1Yx93DkZX_j-231" style="edgeStyle=orthogonalEdgeStyle;orthogonalLoop=1;jettySize=auto;html=1;entryX=0.25;entryY=0;entryDx=0;entryDy=0;dashed=1;strokeColor=#3333FF;endArrow=none;endFill=0;" target="59XTsty1G1Yx93DkZX_j-120">
          <mxGeometry relative="1" as="geometry">
            <Array as="points">
              <mxPoint x="1055" y="900" />
              <mxPoint x="1235" y="900" />
            </Array>
          </mxGeometry>
        </mxCell>
        <mxCell id="59XTsty1G1Yx93DkZX_j-249" edge="1" parent="1" source="59XTsty1G1Yx93DkZX_j-231" style="edgeStyle=orthogonalEdgeStyle;orthogonalLoop=1;jettySize=auto;html=1;entryX=0.25;entryY=0;entryDx=0;entryDy=0;dashed=1;strokeColor=#3333FF;endArrow=none;endFill=0;" target="59XTsty1G1Yx93DkZX_j-116">
          <mxGeometry relative="1" as="geometry">
            <Array as="points">
              <mxPoint x="1055" y="900" />
              <mxPoint x="1175" y="900" />
            </Array>
          </mxGeometry>
        </mxCell>
        <mxCell id="0vSBfI8_46AL9H7hPHAw-2" edge="1" parent="1" source="59XTsty1G1Yx93DkZX_j-231" style="edgeStyle=orthogonalEdgeStyle;rounded=1;orthogonalLoop=1;jettySize=auto;html=1;entryX=0;entryY=0.5;entryDx=0;entryDy=0;dashed=1;strokeColor=#3333FF;curved=0;endArrow=none;endFill=0;" target="59XTsty1G1Yx93DkZX_j-155">
          <mxGeometry relative="1" as="geometry" />
        </mxCell>
        <mxCell id="0vSBfI8_46AL9H7hPHAw-6" edge="1" parent="1" source="59XTsty1G1Yx93DkZX_j-231" style="edgeStyle=orthogonalEdgeStyle;rounded=1;orthogonalLoop=1;jettySize=auto;html=1;entryX=0;entryY=0.5;entryDx=0;entryDy=0;curved=0;dashed=1;strokeColor=#3333FF;endArrow=none;endFill=0;" target="0vSBfI8_46AL9H7hPHAw-3">
          <mxGeometry relative="1" as="geometry" />
        </mxCell>
        <mxCell id="59XTsty1G1Yx93DkZX_j-231" parent="1" style="rounded=0;whiteSpace=wrap;html=1;fillColor=#b1ddf0;strokeColor=#10739e;" value="Motor Controller" vertex="1">
          <mxGeometry height="30" width="80" x="1015" y="860" as="geometry" />
        </mxCell>
        <mxCell id="0vSBfI8_46AL9H7hPHAw-3" parent="1" style="rounded=0;whiteSpace=wrap;html=1;fillColor=#b1ddf0;strokeColor=#10739e;" value="Spinner Tool Servo" vertex="1">
          <mxGeometry height="30" width="80" x="1165" y="780" as="geometry" />
        </mxCell>
        <mxCell id="0vSBfI8_46AL9H7hPHAw-30" edge="1" parent="1" source="0vSBfI8_46AL9H7hPHAw-7" style="edgeStyle=orthogonalEdgeStyle;rounded=1;orthogonalLoop=1;jettySize=auto;html=1;entryX=0.167;entryY=-0.009;entryDx=0;entryDy=0;dashed=1;strokeColor=#3333FF;curved=0;entryPerimeter=0;endArrow=none;endFill=0;" target="59XTsty1G1Yx93DkZX_j-111">
          <mxGeometry relative="1" as="geometry">
            <Array as="points">
              <mxPoint x="940" y="280" />
            </Array>
          </mxGeometry>
        </mxCell>
-         <mxCell id="0vSBfI8_46AL9H7hPHAw-40" connectable="0" parent="0vSBfI8_46AL9H7hPHAw-30" style="edgeLabel;html=1;align=center;verticalAlign=middle;resizable=0;points=[];" value="&lt;div&gt;&lt;br&gt;&lt;/div&gt;&lt;div&gt;&lt;br&gt;&lt;/div&gt;" vertex="1">
+         <mxCell id="0vSBfI8_46AL9H7hPHAw-40" connectable="0" parent="0vSBfI8_46AL9H7hPHAw-30" style="edgeLabel;html=1;align=center;verticalAlign=middle;resizable=0;points=[];" value="TETHER (DATA)" vertex="1">
          <mxGeometry relative="1" x="-0.3495" as="geometry">
-             <mxPoint as="offset" />
-           </mxGeometry>
-         </mxCell>
-         <mxCell id="0vSBfI8_46AL9H7hPHAw-41" connectable="0" parent="0vSBfI8_46AL9H7hPHAw-30" style="edgeLabel;html=1;align=center;verticalAlign=middle;resizable=0;points=[];" value="TETHER (DATA)" vertex="1">
-           <mxGeometry relative="1" x="0.2973" y="-1" as="geometry">
            <mxPoint as="offset" />
          </mxGeometry>
        </mxCell>
        <mxCell id="0vSBfI8_46AL9H7hPHAw-7" parent="1" style="rounded=0;whiteSpace=wrap;html=1;fillColor=#f8cecc;strokeColor=#b85450;fontStyle=1" value="Fathom-X Tether Interface" vertex="1">
          <mxGeometry height="60" width="120" x="975" y="250" as="geometry" />
        </mxCell>
        <mxCell id="0vSBfI8_46AL9H7hPHAw-19" parent="1" style="text;html=1;whiteSpace=wrap;strokeColor=none;fillColor=none;align=center;verticalAlign=middle;rounded=0;rotation=270;" value="&lt;font face=&quot;Helvetica&quot; style=&quot;font-size: 28px;&quot;&gt;&lt;b&gt;&lt;span style=&quot;color: rgb(0, 102, 204);&quot;&gt;IN WATER&lt;/span&gt;&lt;/b&gt;&lt;/font&gt;" vertex="1">
          <mxGeometry height="30" width="140" x="810" y="550" as="geometry" />
        </mxCell>
        <mxCell id="0vSBfI8_46AL9H7hPHAw-21" edge="1" parent="1" style="endArrow=none;html=1;rounded=0;strokeWidth=3;fillColor=#fad7ac;strokeColor=#b46504;shadow=1;" value="">
          <mxGeometry height="50" relative="1" width="50" as="geometry">
            <mxPoint x="889.35" y="480" as="sourcePoint" />
            <mxPoint x="890" y="150" as="targetPoint" />
          </mxGeometry>
        </mxCell>
        <mxCell id="0vSBfI8_46AL9H7hPHAw-24" edge="1" parent="1" style="endArrow=none;html=1;rounded=0;strokeWidth=3;fillColor=#fad7ac;strokeColor=#b46504;shadow=1;" value="">
          <mxGeometry height="50" relative="1" width="50" as="geometry">
            <mxPoint x="890" y="150" as="sourcePoint" />
            <mxPoint x="1639.35" y="150" as="targetPoint" />
          </mxGeometry>
        </mxCell>
        <mxCell id="0vSBfI8_46AL9H7hPHAw-25" edge="1" parent="1" style="endArrow=none;html=1;rounded=0;strokeWidth=3;fillColor=#fad7ac;strokeColor=#b46504;shadow=1;" value="">
          <mxGeometry height="50" relative="1" width="50" as="geometry">
            <mxPoint x="1639.35" y="480" as="sourcePoint" />
            <mxPoint x="1639.35" y="150" as="targetPoint" />
          </mxGeometry>
        </mxCell>
        <mxCell id="0vSBfI8_46AL9H7hPHAw-26" edge="1" parent="1" style="endArrow=none;html=1;rounded=0;strokeWidth=3;fillColor=#fad7ac;strokeColor=#b46504;shadow=1;" value="">
          <mxGeometry height="50" relative="1" width="50" as="geometry">
            <mxPoint x="889.35" y="480" as="sourcePoint" />
            <mxPoint x="1639.35" y="480" as="targetPoint" />
          </mxGeometry>
        </mxCell>
        <mxCell id="0vSBfI8_46AL9H7hPHAw-27" parent="1" style="text;html=1;whiteSpace=wrap;strokeColor=none;fillColor=none;align=center;verticalAlign=middle;rounded=0;rotation=270;" value="&lt;font style=&quot;font-size: 28px; color: rgb(180, 101, 4);&quot;&gt;&lt;b&gt;SURFACE&lt;/b&gt;&lt;/font&gt;" vertex="1">
          <mxGeometry height="30" width="140" x="809.35" y="390" as="geometry" />
        </mxCell>
        <mxCell id="0vSBfI8_46AL9H7hPHAw-37" parent="1" style="rounded=0;whiteSpace=wrap;html=1;fillColor=#b1ddf0;strokeColor=#10739e;" value="Camera" vertex="1">
          <mxGeometry height="30" width="80" x="1165" y="620" as="geometry" />
        </mxCell>
      </root>
    </mxGraphModel>
  </diagram>
</mxfile>
